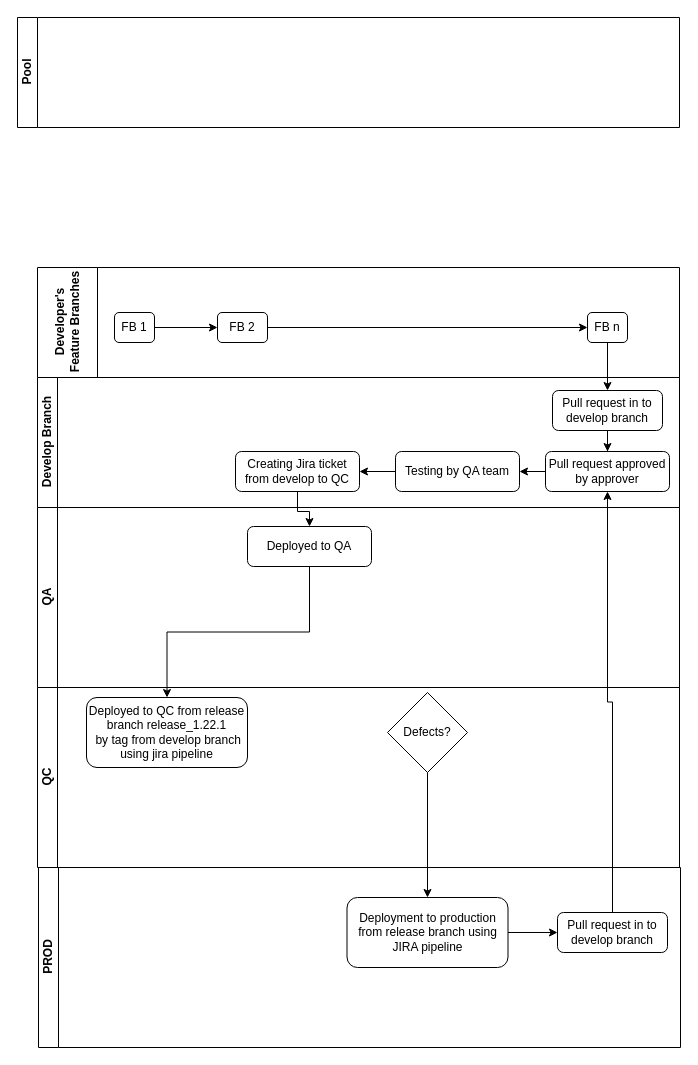
Above: Untitled Diagram.drawio in rpesh2020/rpesh2020 (draw.io), before the change. Source tidied: cells renumbered, new cells numbered last; positions are measured from the earlier drawing's top-left corner, leaving out a move shared by most shapes. Both pictures are drawn from the tidied source at 100%, with x=0, y=0 at pixel (17, 17).
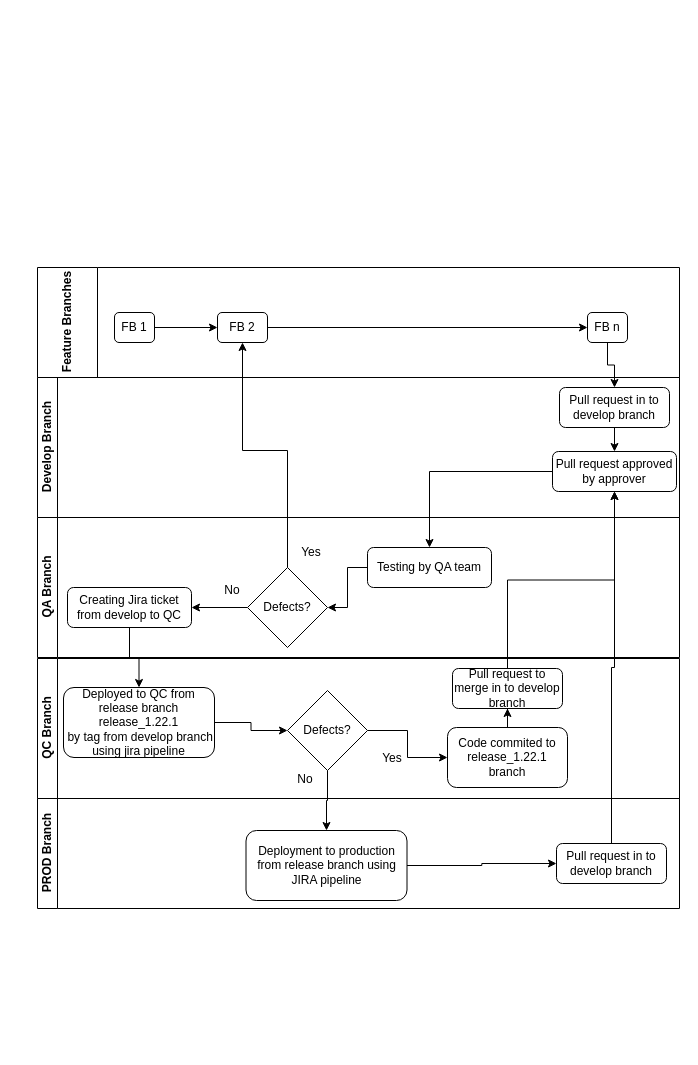
Above is the later version.

The change refers to these unchanged cells:
```xml
<mxCell id="17" value="FB 2" style="rounded=1;whiteSpace=wrap;html=1;" parent="13" vertex="1">
  <mxGeometry x="180" y="45" width="50" height="30" as="geometry" />
</mxCell>
```

Change to the diagram source:
```diff
@@
-    <mxCell id="2" value="Pool" style="swimlane;html=1;horizontal=0;startSize=20;" parent="1" vertex="1">
-      <mxGeometry width="662" height="110" as="geometry" />
-    </mxCell>
-    <mxCell id="3" value="QA" style="swimlane;html=1;startSize=20;horizontal=0;" parent="1" vertex="1">
-      <mxGeometry x="20" y="490" width="642" height="180" as="geometry" />
+    <mxCell id="3" value="QA Branch" style="swimlane;html=1;startSize=20;horizontal=0;" parent="1" vertex="1">
+      <mxGeometry x="20" y="500" width="642" height="140" as="geometry" />
     </mxCell>
-    <mxCell id="4" value="Deployed to QA" style="rounded=1;whiteSpace=wrap;html=1;" parent="3" vertex="1">
-      <mxGeometry x="210" y="19" width="124" height="40" as="geometry" />
-    </mxCell>
+    <mxCell id="31" style="edgeStyle=orthogonalEdgeStyle;rounded=0;jettySize=auto;html=1;exitX=0;exitY=0.5;exitDx=0;exitDy=0;entryX=1;entryY=0.5;entryDx=0;entryDy=0;" parent="3" edge="1" source="11" target="33">
+      <mxGeometry relative="1" as="geometry" />
+    </mxCell>
+    <mxCell id="11" value="Testing by QA team" style="rounded=1;whiteSpace=wrap;html=1;" parent="3" vertex="1">
+      <mxGeometry x="330" y="30" width="124" height="40" as="geometry" />
+    </mxCell>
+    <mxCell id="12" value="Creating Jira ticket from develop to QC" style="rounded=1;whiteSpace=wrap;html=1;" parent="3" vertex="1">
+      <mxGeometry x="30" y="70" width="124" height="40" as="geometry" />
+    </mxCell>
+    <mxCell id="32" style="edgeStyle=orthogonalEdgeStyle;rounded=0;jettySize=auto;html=1;exitX=0;exitY=0.5;exitDx=0;exitDy=0;entryX=1;entryY=0.5;entryDx=0;entryDy=0;" parent="3" edge="1" source="33" target="12">
+      <mxGeometry relative="1" as="geometry" />
+    </mxCell>
+    <mxCell id="33" value="Defects?" style="rhombus;whiteSpace=wrap;html=1;" parent="3" vertex="1">
+      <mxGeometry x="210" y="50" width="80" height="80" as="geometry" />
+    </mxCell>
+    <mxCell id="34" value="No" style="text;html=1;strokeColor=none;fillColor=none;align=center;verticalAlign=middle;whiteSpace=wrap;rounded=0;" parent="3" vertex="1">
+      <mxGeometry x="180" y="65" width="30" height="15" as="geometry" />
+    </mxCell>
+    <mxCell id="35" value="Yes" style="text;html=1;strokeColor=none;fillColor=none;align=center;verticalAlign=middle;whiteSpace=wrap;rounded=0;" parent="3" vertex="1">
+      <mxGeometry x="254" y="24.5" width="40" height="20" as="geometry" />
+    </mxCell>
-    <mxCell id="5" value="Develop Branch" style="swimlane;html=1;startSize=20;horizontal=0;" parent="1" vertex="1">
-      <mxGeometry x="20" y="360" width="642" height="130" as="geometry" />
+    <mxCell id="5" value="Develop Branch&lt;br&gt;" style="swimlane;html=1;startSize=20;horizontal=0;" parent="1" vertex="1">
+      <mxGeometry x="20" y="360" width="642" height="140" as="geometry" />
     </mxCell>
@@
     <mxCell id="7" value="Pull request in to develop branch" style="rounded=1;whiteSpace=wrap;html=1;" parent="5" vertex="1">
-      <mxGeometry x="515" y="13" width="110" height="40" as="geometry" />
+      <mxGeometry x="522" y="10" width="110" height="40" as="geometry" />
     </mxCell>
-    <mxCell id="8" style="edgeStyle=orthogonalEdgeStyle;rounded=0;jettySize=auto;html=1;" parent="5" edge="1" source="9" target="11">
-      <mxGeometry relative="1" as="geometry" />
-    </mxCell>
     <mxCell id="9" value="Pull request approved by approver" style="rounded=1;whiteSpace=wrap;html=1;" parent="5" vertex="1">
-      <mxGeometry x="508" y="74" width="124" height="40" as="geometry" />
+      <mxGeometry x="515" y="74" width="124" height="40" as="geometry" />
     </mxCell>
-    <mxCell id="10" style="edgeStyle=orthogonalEdgeStyle;rounded=0;jettySize=auto;html=1;" parent="5" edge="1" source="11" target="12">
-      <mxGeometry relative="1" as="geometry" />
-    </mxCell>
-    <mxCell id="11" value="Testing by QA team" style="rounded=1;whiteSpace=wrap;html=1;" parent="5" vertex="1">
-      <mxGeometry x="358" y="74" width="124" height="40" as="geometry" />
-    </mxCell>
-    <mxCell id="12" value="Creating Jira ticket from develop to QC" style="rounded=1;whiteSpace=wrap;html=1;" parent="5" vertex="1">
-      <mxGeometry x="198" y="74" width="124" height="40" as="geometry" />
-    </mxCell>
-    <mxCell id="13" value="Developer's&lt;br&gt;Feature Branches" style="swimlane;html=1;startSize=60;horizontal=0;" parent="1" vertex="1">
+    <mxCell id="13" value="Feature Branches" style="swimlane;html=1;startSize=60;horizontal=0;" parent="1" vertex="1">
       <mxGeometry x="20" y="250" width="642" height="110" as="geometry" />
     </mxCell>
@@
-    <mxCell id="20" value="QC" style="swimlane;html=1;startSize=20;horizontal=0;" parent="1" vertex="1">
-      <mxGeometry x="20" y="670" width="642" height="180" as="geometry" />
+    <mxCell id="20" value="QC Branch" style="swimlane;html=1;startSize=20;horizontal=0;" parent="1" vertex="1">
+      <mxGeometry x="20" y="641" width="642" height="140" as="geometry" />
     </mxCell>
+    <mxCell id="36" style="edgeStyle=orthogonalEdgeStyle;rounded=0;jettySize=auto;html=1;exitX=1;exitY=0.5;exitDx=0;exitDy=0;entryX=0;entryY=0.5;entryDx=0;entryDy=0;" parent="20" edge="1" source="21" target="22">
+      <mxGeometry relative="1" as="geometry" />
+    </mxCell>
     <mxCell id="21" value="Deployed to QC from release branch release_1.22.1&lt;br&gt;&amp;nbsp;by tag from develop branch using jira pipeline" style="rounded=1;whiteSpace=wrap;html=1;" parent="20" vertex="1">
-      <mxGeometry x="49" y="10" width="161" height="70" as="geometry" />
+      <mxGeometry x="26" y="29" width="151" height="70" as="geometry" />
     </mxCell>
+    <mxCell id="37" style="edgeStyle=orthogonalEdgeStyle;rounded=0;jettySize=auto;html=1;exitX=1;exitY=0.5;exitDx=0;exitDy=0;entryX=0;entryY=0.5;entryDx=0;entryDy=0;" parent="20" edge="1" source="22" target="40">
+      <mxGeometry relative="1" as="geometry" />
+    </mxCell>
     <mxCell id="22" value="Defects?" style="rhombus;whiteSpace=wrap;html=1;" parent="20" vertex="1">
-      <mxGeometry x="350" y="5" width="80" height="80" as="geometry" />
+      <mxGeometry x="250" y="32" width="80" height="80" as="geometry" />
     </mxCell>
+    <mxCell id="38" value="No" style="text;html=1;strokeColor=none;fillColor=none;align=center;verticalAlign=middle;whiteSpace=wrap;rounded=0;" parent="20" vertex="1">
+      <mxGeometry x="248" y="111" width="40" height="20" as="geometry" />
+    </mxCell>
+    <mxCell id="39" style="edgeStyle=orthogonalEdgeStyle;rounded=0;jettySize=auto;html=1;" parent="20" edge="1" source="40" target="42">
+      <mxGeometry relative="1" as="geometry" />
+    </mxCell>
+    <mxCell id="40" value="Code commited to release_1.22.1 branch" style="rounded=1;whiteSpace=wrap;html=1;" parent="20" vertex="1">
+      <mxGeometry x="410" y="69" width="120" height="60" as="geometry" />
+    </mxCell>
+    <mxCell id="41" value="Yes" style="text;html=1;strokeColor=none;fillColor=none;align=center;verticalAlign=middle;whiteSpace=wrap;rounded=0;" parent="20" vertex="1">
+      <mxGeometry x="330" y="90" width="50" height="20" as="geometry" />
+    </mxCell>
+    <mxCell id="42" value="Pull request to merge in to develop branch" style="rounded=1;whiteSpace=wrap;html=1;" parent="20" vertex="1">
+      <mxGeometry x="415" y="10" width="110" height="40" as="geometry" />
+    </mxCell>
-    <mxCell id="23" value="PROD" style="swimlane;html=1;startSize=20;horizontal=0;" parent="1" vertex="1">
-      <mxGeometry x="21" y="850" width="642" height="180" as="geometry" />
+    <mxCell id="23" value="PROD Branch" style="swimlane;html=1;startSize=20;horizontal=0;" parent="1" vertex="1">
+      <mxGeometry x="20" y="781" width="642" height="110" as="geometry" />
     </mxCell>
@@
     <mxCell id="25" value="Deployment to production from release branch using JIRA pipeline" style="rounded=1;whiteSpace=wrap;html=1;" parent="23" vertex="1">
-      <mxGeometry x="308.5" y="30" width="161" height="70" as="geometry" />
+      <mxGeometry x="208.5" y="32" width="161" height="70" as="geometry" />
     </mxCell>
@@
+    <mxCell id="30" style="edgeStyle=orthogonalEdgeStyle;rounded=0;jettySize=auto;html=1;" parent="1" edge="1" source="22" target="25">
+      <mxGeometry relative="1" as="geometry" />
+    </mxCell>
+    <mxCell id="8" style="edgeStyle=orthogonalEdgeStyle;rounded=0;jettySize=auto;html=1;" parent="1" edge="1" source="9" target="11">
+      <mxGeometry relative="1" as="geometry" />
+    </mxCell>
-    <mxCell id="28" style="edgeStyle=orthogonalEdgeStyle;rounded=0;jettySize=auto;html=1;" parent="1" edge="1" source="12" target="4">
+    <mxCell id="28" style="edgeStyle=orthogonalEdgeStyle;rounded=0;jettySize=auto;html=1;entryX=0.5;entryY=0;entryDx=0;entryDy=0;" parent="1" edge="1" source="12" target="21">
       <mxGeometry relative="1" as="geometry" />
     </mxCell>
-    <mxCell id="29" style="edgeStyle=orthogonalEdgeStyle;rounded=0;jettySize=auto;html=1;" parent="1" edge="1" source="4" target="21">
-      <mxGeometry relative="1" as="geometry" />
-    </mxCell>
-    <mxCell id="30" style="edgeStyle=orthogonalEdgeStyle;rounded=0;jettySize=auto;html=1;" parent="1" edge="1" source="22" target="25">
-      <mxGeometry relative="1" as="geometry" />
-    </mxCell>
+    <mxCell id="43" style="edgeStyle=orthogonalEdgeStyle;rounded=0;jettySize=auto;html=1;exitX=0.5;exitY=0;exitDx=0;exitDy=0;" parent="1" edge="1" source="42" target="9">
+      <mxGeometry relative="1" as="geometry" />
+    </mxCell>
+    <mxCell id="44" style="edgeStyle=orthogonalEdgeStyle;rounded=0;jettySize=auto;html=1;exitX=0.5;exitY=0;exitDx=0;exitDy=0;entryX=0.5;entryY=1;entryDx=0;entryDy=0;" parent="1" edge="1" source="33" target="17">
+      <mxGeometry relative="1" as="geometry">
+        <Array as="points">
+          <mxPoint x="270" y="433" />
+          <mxPoint x="225" y="433" />
+        </Array>
+      </mxGeometry>
+    </mxCell>
```
